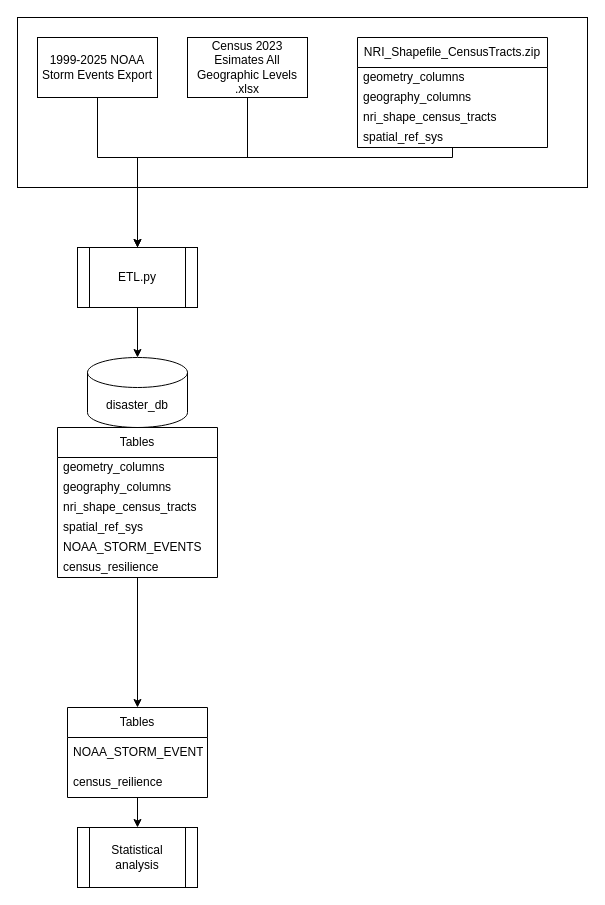
The draw.io diagram Data Diagram.drawio in abdbtech/capstone, before the edit. Source tidied: cells renumbered, new cells numbered last; positions are measured from the earlier drawing's top-left corner, leaving out a move shared by most shapes. Both pictures are drawn from the tidied source at 100%, with x=0, y=0 at pixel (17, 17).
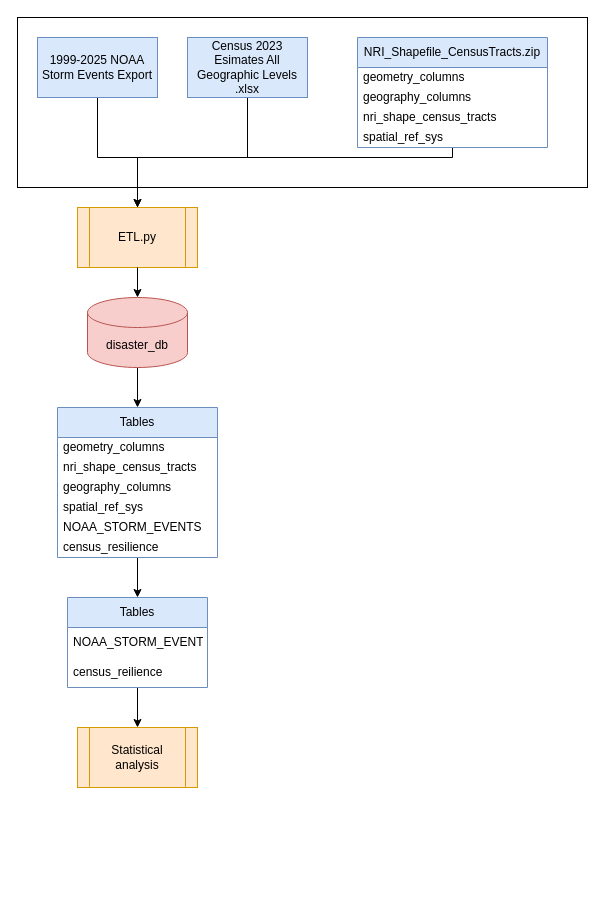
After the change.

Commit message (it also covers changes not shown here):
Routine commit, added function to drop tables in db_tools.py, and fixed some notebook cells in database_stats_breadboard.ipynb

The edit, as a diff of the source:
```diff
@@
+    <mxCell id="29" style="edgeStyle=none;html=1;exitX=0.5;exitY=1;exitDx=0;exitDy=0;exitPerimeter=0;entryX=0.5;entryY=0;entryDx=0;entryDy=0;" parent="1" edge="1" source="3" target="15">
+      <mxGeometry relative="1" as="geometry" />
+    </mxCell>
-    <mxCell id="3" value="disaster_db" style="shape=cylinder3;whiteSpace=wrap;html=1;boundedLbl=1;backgroundOutline=1;size=15;" parent="1" vertex="1">
-      <mxGeometry x="70" y="340" width="100" height="70" as="geometry" />
+    <mxCell id="3" value="disaster_db" style="shape=cylinder3;whiteSpace=wrap;html=1;boundedLbl=1;backgroundOutline=1;size=15;fillColor=#f8cecc;strokeColor=#b85450;" parent="1" vertex="1">
+      <mxGeometry x="70" y="280" width="100" height="70" as="geometry" />
     </mxCell>
@@
-    <mxCell id="5" value="1999-2025 NOAA Storm Events Export" style="rounded=0;whiteSpace=wrap;html=1;" parent="1" vertex="1">
+    <mxCell id="5" value="1999-2025 NOAA Storm Events Export" style="rounded=0;whiteSpace=wrap;html=1;fillColor=#dae8fc;strokeColor=#6c8ebf;" parent="1" vertex="1">
       <mxGeometry x="20" y="20" width="120" height="60" as="geometry" />
     </mxCell>
@@
-    <mxCell id="7" value="NRI_Shapefile_CensusTracts.zip" style="swimlane;fontStyle=0;horizontal=1;startSize=30;whiteSpace=wrap;html=1;" parent="1" vertex="1">
+    <mxCell id="7" value="NRI_Shapefile_CensusTracts.zip" style="swimlane;fontStyle=0;horizontal=1;startSize=30;whiteSpace=wrap;html=1;fillColor=#dae8fc;strokeColor=#6c8ebf;" parent="1" vertex="1">
       <mxGeometry x="340" y="20" width="190" height="110" as="geometry" />
     </mxCell>
@@
-    <mxCell id="13" value="Census 2023 Esimates All Geographic Levels .xlsx" style="rounded=0;whiteSpace=wrap;html=1;" parent="1" vertex="1">
+    <mxCell id="13" value="Census 2023 Esimates All Geographic Levels .xlsx" style="rounded=0;whiteSpace=wrap;html=1;fillColor=#dae8fc;strokeColor=#6c8ebf;" parent="1" vertex="1">
       <mxGeometry x="170" y="20" width="120" height="60" as="geometry" />
     </mxCell>
@@
-    <mxCell id="15" value="Tables" style="swimlane;fontStyle=0;horizontal=1;startSize=30;whiteSpace=wrap;html=1;" parent="1" vertex="1">
-      <mxGeometry x="40" y="410" width="160" height="150" as="geometry" />
+    <mxCell id="15" value="Tables" style="swimlane;fontStyle=0;horizontal=1;startSize=30;whiteSpace=wrap;html=1;fillColor=#dae8fc;strokeColor=#6c8ebf;" parent="1" vertex="1">
+      <mxGeometry x="40" y="390" width="160" height="150" as="geometry" />
     </mxCell>
@@
+    <mxCell id="18" value="nri_shape_census_tracts&lt;div&gt;&lt;br&gt;&lt;/div&gt;&lt;div&gt;&lt;br&gt;&lt;/div&gt;" style="text;strokeColor=none;fillColor=none;align=left;verticalAlign=middle;spacingLeft=4;spacingRight=4;overflow=hidden;whiteSpace=wrap;html=1;" parent="15" vertex="1">
+      <mxGeometry y="50" width="160" height="20" as="geometry" />
+    </mxCell>
     <mxCell id="17" value="geography_columns" style="text;strokeColor=none;fillColor=none;align=left;verticalAlign=middle;spacingLeft=4;spacingRight=4;overflow=hidden;whiteSpace=wrap;html=1;" parent="15" vertex="1">
-      <mxGeometry y="50" width="160" height="20" as="geometry" />
+      <mxGeometry y="70" width="160" height="20" as="geometry" />
     </mxCell>
-    <mxCell id="18" value="nri_shape_census_tracts&lt;div&gt;&lt;br&gt;&lt;/div&gt;&lt;div&gt;&lt;br&gt;&lt;/div&gt;" style="text;strokeColor=none;fillColor=none;align=left;verticalAlign=middle;spacingLeft=4;spacingRight=4;overflow=hidden;whiteSpace=wrap;html=1;" parent="15" vertex="1">
-      <mxGeometry y="70" width="160" height="20" as="geometry" />
-    </mxCell>
@@
-    <mxCell id="22" value="Statistical analysis" style="shape=process;whiteSpace=wrap;html=1;backgroundOutline=1;" parent="1" vertex="1">
-      <mxGeometry x="60" y="810" width="120" height="60" as="geometry" />
+    <mxCell id="22" value="Statistical analysis" style="shape=process;whiteSpace=wrap;html=1;backgroundOutline=1;fillColor=#ffe6cc;strokeColor=#d79b00;" parent="1" vertex="1">
+      <mxGeometry x="60" y="710" width="120" height="60" as="geometry" />
     </mxCell>
@@
-    <mxCell id="24" value="Tables" style="swimlane;fontStyle=0;horizontal=1;startSize=30;whiteSpace=wrap;html=1;" parent="1" vertex="1">
-      <mxGeometry x="50" y="690" width="140" height="90" as="geometry" />
+    <mxCell id="24" value="Tables" style="swimlane;fontStyle=0;horizontal=1;startSize=30;whiteSpace=wrap;html=1;fillColor=#dae8fc;strokeColor=#6c8ebf;" parent="1" vertex="1">
+      <mxGeometry x="50" y="580" width="140" height="90" as="geometry" />
     </mxCell>
@@
-    <mxCell id="27" value="ETL.py" style="shape=process;whiteSpace=wrap;html=1;backgroundOutline=1;" parent="1" vertex="1">
-      <mxGeometry x="60" y="230" width="120" height="60" as="geometry" />
+    <mxCell id="27" value="ETL.py" style="shape=process;whiteSpace=wrap;html=1;backgroundOutline=1;fillColor=#ffe6cc;strokeColor=#d79b00;" parent="1" vertex="1">
+      <mxGeometry x="60" y="190" width="120" height="60" as="geometry" />
     </mxCell>
```
